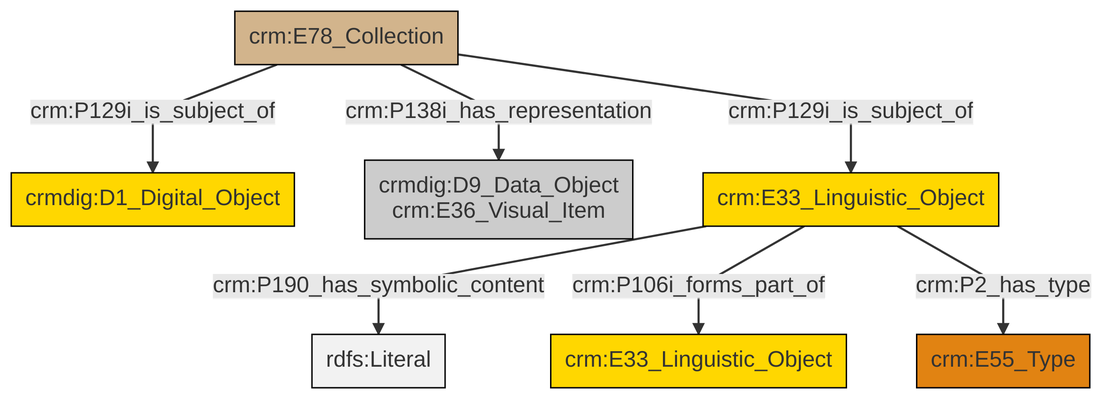
swiss-art-research-net/docs.swissartresearch keeps this Mermaid diagram as et/archivalCSV/ttl/mmd/png/archival_docs.png. Above is the earlier version. Its source is kept beside it as et/archivalCSV/ttl/mmd/archival_docs.ttl.mmd.
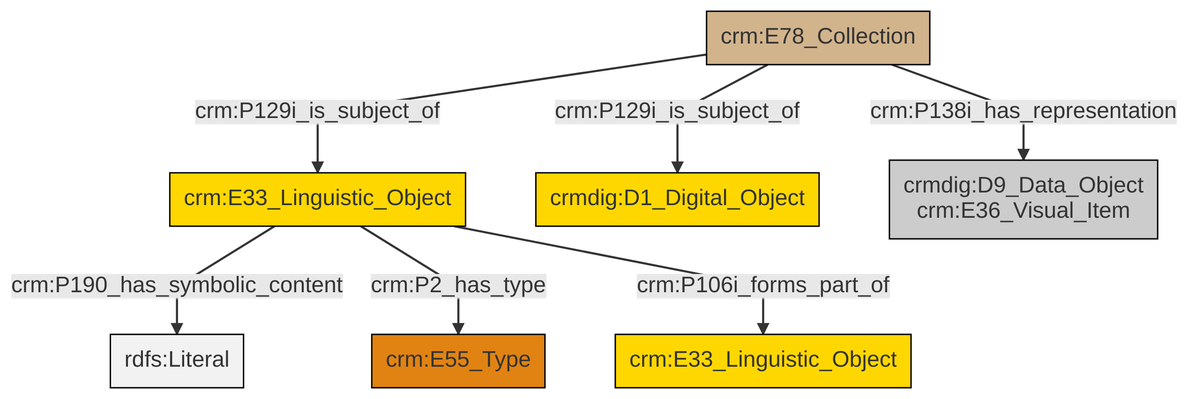
Above is the later version.

The edit, as a diff of the source:
```diff
@@ -13,9 +13,9 @@
 classDef PC_Classes fill:#4ce600, stroke:#000000;
 classDef Multi fill:#cccccc,stroke:#000000;
 
-8["crm:E33_Linguistic_Object"]:::Conceptual_Object -->|crm:P190_has_symbolic_content| 9[rdfs:Literal]:::Literal
-2["crm:E78_Collection"]:::Physical_Thing -->|crm:P138i_has_representation| 4["crmdig:D9_Data_Object<br>crm:E36_Visual_Item"]:::Multi
-8["crm:E33_Linguistic_Object"]:::Conceptual_Object -->|crm:P106i_forms_part_of| 13["crm:E33_Linguistic_Object"]:::Conceptual_Object
-2["crm:E78_Collection"]:::Physical_Thing -->|crm:P129i_is_subject_of| 0["crmdig:D1_Digital_Object"]:::Conceptual_Object
-8["crm:E33_Linguistic_Object"]:::Conceptual_Object -->|crm:P2_has_type| 6["crm:E55_Type"]:::Type
-2["crm:E78_Collection"]:::Physical_Thing -->|crm:P129i_is_subject_of| 8["crm:E33_Linguistic_Object"]:::Conceptual_Object
+2["crm:E78_Collection"]:::Physical_Thing -->|crm:P129i_is_subject_of| 3["crm:E33_Linguistic_Object"]:::Conceptual_Object
+3["crm:E33_Linguistic_Object"]:::Conceptual_Object -->|crm:P190_has_symbolic_content| 4[rdfs:Literal]:::Literal
+2["crm:E78_Collection"]:::Physical_Thing -->|crm:P129i_is_subject_of| 6["crmdig:D1_Digital_Object"]:::Conceptual_Object
+2["crm:E78_Collection"]:::Physical_Thing -->|crm:P138i_has_representation| 7["crmdig:D9_Data_Object<br>crm:E36_Visual_Item"]:::Multi
+3["crm:E33_Linguistic_Object"]:::Conceptual_Object -->|crm:P2_has_type| 0["crm:E55_Type"]:::Type
+3["crm:E33_Linguistic_Object"]:::Conceptual_Object -->|crm:P106i_forms_part_of| 9["crm:E33_Linguistic_Object"]:::Conceptual_Object
```
